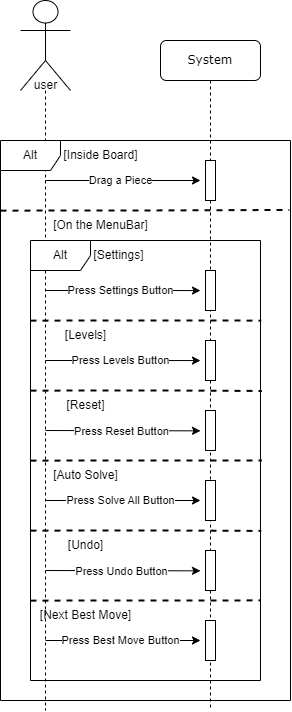
This is img/Sequence_Diagrams/SD-play_game-light_theme.png from nickramos94/Klotski, a draw.io export, as it was before one commit. Source tidied: cells renumbered, new cells last; positions are measured from the earlier drawing's top-left corner, leaving out a move shared by most shapes.
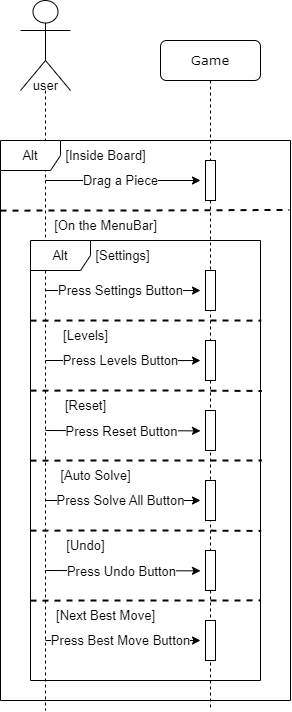
The same file after the commit.

What changed in the source:
```diff
@@ -2,27 +2,27 @@
   <root>
     <mxCell id="0" />
     <mxCell id="1" parent="0" />
-    <mxCell id="2" value="System" style="shape=umlLifeline;perimeter=lifelinePerimeter;whiteSpace=wrap;html=1;rounded=1;shadow=0;comic=0;labelBackgroundColor=none;strokeWidth=1;fontFamily=Verdana;fontSize=12;align=center;" parent="1" vertex="1">
+    <mxCell id="2" value="Game" style="shape=umlLifeline;perimeter=lifelinePerimeter;whiteSpace=wrap;html=1;rounded=1;shadow=0;comic=0;labelBackgroundColor=none;strokeWidth=1;fontFamily=Verdana;fontSize=13;align=center;" parent="1" vertex="1">
       <mxGeometry x="160" y="40" width="100" height="670" as="geometry" />
     </mxCell>
-    <mxCell id="3" style="html=1;perimeter=orthogonalPerimeter;rounded=0;shadow=0;comic=0;labelBackgroundColor=none;strokeWidth=1;fontFamily=Verdana;fontSize=12;align=center;" parent="2" vertex="1">
+    <mxCell id="3" style="html=1;perimeter=orthogonalPerimeter;rounded=0;shadow=0;comic=0;labelBackgroundColor=none;strokeWidth=1;fontFamily=Verdana;fontSize=13;align=center;" parent="2" vertex="1">
       <mxGeometry x="45" y="120" width="10" height="40" as="geometry" />
     </mxCell>
-    <mxCell id="4" style="html=1;perimeter=orthogonalPerimeter;rounded=0;shadow=0;comic=0;labelBackgroundColor=none;strokeWidth=1;fontFamily=Verdana;fontSize=12;align=center;" parent="2" vertex="1">
+    <mxCell id="4" style="html=1;perimeter=orthogonalPerimeter;rounded=0;shadow=0;comic=0;labelBackgroundColor=none;strokeWidth=1;fontFamily=Verdana;fontSize=13;align=center;" parent="2" vertex="1">
       <mxGeometry x="45" y="230" width="10" height="40" as="geometry" />
     </mxCell>
-    <mxCell id="5" style="edgeStyle=elbowEdgeStyle;rounded=0;orthogonalLoop=1;jettySize=auto;html=1;elbow=horizontal;curved=0;" parent="2" edge="1">
+    <mxCell id="5" style="edgeStyle=elbowEdgeStyle;rounded=0;orthogonalLoop=1;jettySize=auto;html=1;elbow=horizontal;curved=0;fontSize=13;" parent="2" edge="1">
       <mxGeometry relative="1" as="geometry">
         <mxPoint x="-115" y="250" as="sourcePoint" />
         <mxPoint x="40" y="250.1" as="targetPoint" />
       </mxGeometry>
     </mxCell>
-    <mxCell id="6" value="Press Settings Button" style="edgeLabel;html=1;align=center;verticalAlign=middle;" parent="5" vertex="1">
+    <mxCell id="6" value="Press Settings Button" style="edgeLabel;html=1;align=center;verticalAlign=middle;fontSize=13;" parent="5" vertex="1">
       <mxGeometry x="0.2" relative="1" as="geometry">
         <mxPoint x="-18" as="offset" />
       </mxGeometry>
     </mxCell>
-    <mxCell id="7" style="endArrow=none;dashed=1;html=1;strokeWidth=2;rounded=0;exitX=0;exitY=0.219;exitDx=0;exitDy=0;exitPerimeter=0;entryX=1.006;entryY=0.342;entryDx=0;entryDy=0;entryPerimeter=0;" parent="2" edge="1" target="34">
+    <mxCell id="7" style="endArrow=none;dashed=1;html=1;strokeWidth=2;rounded=0;exitX=0;exitY=0.219;exitDx=0;exitDy=0;exitPerimeter=0;entryX=1.006;entryY=0.342;entryDx=0;entryDy=0;entryPerimeter=0;fontSize=13;" parent="2" edge="1" target="34">
       <mxGeometry relative="1" as="geometry">
         <mxPoint x="-130" y="350.1" as="sourcePoint" />
         <Array as="points">
@@ -30,24 +30,24 @@
         </Array>
       </mxGeometry>
     </mxCell>
-    <mxCell id="8" value="[Reset]" style="text;html=1;align=center;verticalAlign=middle;strokeColor=none;fillColor=none;" parent="2" vertex="1">
+    <mxCell id="8" value="[Reset]" style="text;html=1;align=center;verticalAlign=middle;strokeColor=none;fillColor=none;fontSize=13;" parent="2" vertex="1">
       <mxGeometry x="-105" y="350" width="60" height="30" as="geometry" />
     </mxCell>
-    <mxCell id="9" style="html=1;perimeter=orthogonalPerimeter;rounded=0;shadow=0;comic=0;labelBackgroundColor=none;strokeWidth=1;fontFamily=Verdana;fontSize=12;align=center;" parent="2" vertex="1">
+    <mxCell id="9" style="html=1;perimeter=orthogonalPerimeter;rounded=0;shadow=0;comic=0;labelBackgroundColor=none;strokeWidth=1;fontFamily=Verdana;fontSize=13;align=center;" parent="2" vertex="1">
       <mxGeometry x="45" y="370" width="10" height="40" as="geometry" />
     </mxCell>
-    <mxCell id="10" style="edgeStyle=elbowEdgeStyle;rounded=0;orthogonalLoop=1;jettySize=auto;html=1;elbow=vertical;curved=0;" parent="2" edge="1">
+    <mxCell id="10" style="edgeStyle=elbowEdgeStyle;rounded=0;orthogonalLoop=1;jettySize=auto;html=1;elbow=vertical;curved=0;fontSize=13;" parent="2" edge="1">
       <mxGeometry relative="1" as="geometry">
         <mxPoint x="-115" y="390" as="sourcePoint" />
         <mxPoint x="40" y="390.1" as="targetPoint" />
       </mxGeometry>
     </mxCell>
-    <mxCell id="11" value="Press Reset Button" style="edgeLabel;html=1;align=center;verticalAlign=middle;" parent="10" vertex="1">
+    <mxCell id="11" value="Press Reset Button" style="edgeLabel;html=1;align=center;verticalAlign=middle;fontSize=13;" parent="10" vertex="1">
       <mxGeometry x="0.2" relative="1" as="geometry">
         <mxPoint x="-18" as="offset" />
       </mxGeometry>
     </mxCell>
-    <mxCell id="12" style="endArrow=none;dashed=1;html=1;strokeWidth=2;rounded=0;exitX=0;exitY=0.219;exitDx=0;exitDy=0;exitPerimeter=0;entryX=1.006;entryY=0.5;entryDx=0;entryDy=0;entryPerimeter=0;" parent="2" edge="1" target="34">
+    <mxCell id="12" style="endArrow=none;dashed=1;html=1;strokeWidth=2;rounded=0;exitX=0;exitY=0.219;exitDx=0;exitDy=0;exitPerimeter=0;entryX=1.006;entryY=0.5;entryDx=0;entryDy=0;entryPerimeter=0;fontSize=13;" parent="2" edge="1" target="34">
       <mxGeometry relative="1" as="geometry">
         <mxPoint x="-130" y="420.1" as="sourcePoint" />
         <Array as="points">
@@ -55,24 +55,21 @@
         </Array>
       </mxGeometry>
     </mxCell>
-    <mxCell id="13" value="[Auto Solve]" style="text;html=1;align=center;verticalAlign=middle;strokeColor=none;fillColor=none;" parent="2" vertex="1">
-      <mxGeometry x="-120" y="420" width="90" height="30" as="geometry" />
-    </mxCell>
-    <mxCell id="14" style="html=1;perimeter=orthogonalPerimeter;rounded=0;shadow=0;comic=0;labelBackgroundColor=none;strokeWidth=1;fontFamily=Verdana;fontSize=12;align=center;" parent="2" vertex="1">
+    <mxCell id="14" style="html=1;perimeter=orthogonalPerimeter;rounded=0;shadow=0;comic=0;labelBackgroundColor=none;strokeWidth=1;fontFamily=Verdana;fontSize=13;align=center;" parent="2" vertex="1">
       <mxGeometry x="45" y="440" width="10" height="40" as="geometry" />
     </mxCell>
-    <mxCell id="15" style="edgeStyle=elbowEdgeStyle;rounded=0;orthogonalLoop=1;jettySize=auto;html=1;elbow=vertical;curved=0;" parent="2" edge="1">
+    <mxCell id="15" style="edgeStyle=elbowEdgeStyle;rounded=0;orthogonalLoop=1;jettySize=auto;html=1;elbow=vertical;curved=0;fontSize=13;" parent="2" edge="1">
       <mxGeometry relative="1" as="geometry">
         <mxPoint x="-115" y="460" as="sourcePoint" />
         <mxPoint x="40" y="460" as="targetPoint" />
       </mxGeometry>
     </mxCell>
-    <mxCell id="16" value="Press Solve All Button" style="edgeLabel;html=1;align=center;verticalAlign=middle;" parent="15" vertex="1">
+    <mxCell id="16" value="Press Solve All Button" style="edgeLabel;html=1;align=center;verticalAlign=middle;fontSize=13;" parent="15" vertex="1">
       <mxGeometry x="0.2" relative="1" as="geometry">
         <mxPoint x="-18" as="offset" />
       </mxGeometry>
     </mxCell>
-    <mxCell id="17" style="endArrow=none;dashed=1;html=1;strokeWidth=2;rounded=0;exitX=0;exitY=0.219;exitDx=0;exitDy=0;exitPerimeter=0;entryX=1.003;entryY=0.66;entryDx=0;entryDy=0;entryPerimeter=0;" parent="2" edge="1" target="34">
+    <mxCell id="17" style="endArrow=none;dashed=1;html=1;strokeWidth=2;rounded=0;exitX=0;exitY=0.219;exitDx=0;exitDy=0;exitPerimeter=0;entryX=1.003;entryY=0.66;entryDx=0;entryDy=0;entryPerimeter=0;fontSize=13;" parent="2" edge="1" target="34">
       <mxGeometry relative="1" as="geometry">
         <mxPoint x="-130" y="490.1" as="sourcePoint" />
         <Array as="points">
@@ -80,24 +77,24 @@
         </Array>
       </mxGeometry>
     </mxCell>
-    <mxCell id="18" value="[Undo]" style="text;html=1;align=center;verticalAlign=middle;strokeColor=none;fillColor=none;" parent="2" vertex="1">
+    <mxCell id="18" value="[Undo]" style="text;html=1;align=center;verticalAlign=middle;strokeColor=none;fillColor=none;fontSize=13;" parent="2" vertex="1">
       <mxGeometry x="-105" y="490" width="60" height="30" as="geometry" />
     </mxCell>
-    <mxCell id="19" style="html=1;perimeter=orthogonalPerimeter;rounded=0;shadow=0;comic=0;labelBackgroundColor=none;strokeWidth=1;fontFamily=Verdana;fontSize=12;align=center;" parent="2" vertex="1">
+    <mxCell id="19" style="html=1;perimeter=orthogonalPerimeter;rounded=0;shadow=0;comic=0;labelBackgroundColor=none;strokeWidth=1;fontFamily=Verdana;fontSize=13;align=center;" parent="2" vertex="1">
       <mxGeometry x="45" y="510" width="10" height="40" as="geometry" />
     </mxCell>
-    <mxCell id="20" style="edgeStyle=elbowEdgeStyle;rounded=0;orthogonalLoop=1;jettySize=auto;html=1;elbow=vertical;curved=0;" parent="2" edge="1">
+    <mxCell id="20" style="edgeStyle=elbowEdgeStyle;rounded=0;orthogonalLoop=1;jettySize=auto;html=1;elbow=vertical;curved=0;fontSize=13;" parent="2" edge="1">
       <mxGeometry relative="1" as="geometry">
         <mxPoint x="-115" y="530" as="sourcePoint" />
         <mxPoint x="40" y="530" as="targetPoint" />
       </mxGeometry>
     </mxCell>
-    <mxCell id="21" value="Press Undo Button" style="edgeLabel;html=1;align=center;verticalAlign=middle;" parent="20" vertex="1">
+    <mxCell id="21" value="Press Undo Button" style="edgeLabel;html=1;align=center;verticalAlign=middle;fontSize=13;" parent="20" vertex="1">
       <mxGeometry x="0.2" relative="1" as="geometry">
         <mxPoint x="-18" as="offset" />
       </mxGeometry>
     </mxCell>
-    <mxCell id="22" style="endArrow=none;dashed=1;html=1;strokeWidth=2;rounded=0;exitX=0;exitY=0.219;exitDx=0;exitDy=0;exitPerimeter=0;entryX=1;entryY=0.818;entryDx=0;entryDy=0;entryPerimeter=0;" parent="2" edge="1" target="34">
+    <mxCell id="22" style="endArrow=none;dashed=1;html=1;strokeWidth=2;rounded=0;exitX=0;exitY=0.219;exitDx=0;exitDy=0;exitPerimeter=0;entryX=1;entryY=0.818;entryDx=0;entryDy=0;entryPerimeter=0;fontSize=13;" parent="2" edge="1" target="34">
       <mxGeometry relative="1" as="geometry">
         <mxPoint x="-130" y="560.1" as="sourcePoint" />
         <Array as="points">
@@ -105,53 +102,50 @@
         </Array>
       </mxGeometry>
     </mxCell>
-    <mxCell id="23" value="[Next Best Move]" style="text;html=1;align=center;verticalAlign=middle;strokeColor=none;fillColor=none;" parent="2" vertex="1">
-      <mxGeometry x="-130" y="560" width="110" height="30" as="geometry" />
-    </mxCell>
-    <mxCell id="24" style="html=1;perimeter=orthogonalPerimeter;rounded=0;shadow=0;comic=0;labelBackgroundColor=none;strokeWidth=1;fontFamily=Verdana;fontSize=12;align=center;" parent="2" vertex="1">
+    <mxCell id="24" style="html=1;perimeter=orthogonalPerimeter;rounded=0;shadow=0;comic=0;labelBackgroundColor=none;strokeWidth=1;fontFamily=Verdana;fontSize=13;align=center;" parent="2" vertex="1">
       <mxGeometry x="45" y="580" width="10" height="40" as="geometry" />
     </mxCell>
-    <mxCell id="25" style="edgeStyle=elbowEdgeStyle;rounded=0;orthogonalLoop=1;jettySize=auto;html=1;elbow=vertical;curved=0;" parent="2" edge="1">
+    <mxCell id="25" style="edgeStyle=elbowEdgeStyle;rounded=0;orthogonalLoop=1;jettySize=auto;html=1;elbow=vertical;curved=0;fontSize=13;" parent="2" edge="1">
       <mxGeometry relative="1" as="geometry">
         <mxPoint x="-115" y="600" as="sourcePoint" />
         <mxPoint x="40" y="600" as="targetPoint" />
       </mxGeometry>
     </mxCell>
-    <mxCell id="26" value="Press Best Move Button" style="edgeLabel;html=1;align=center;verticalAlign=middle;" parent="25" vertex="1">
+    <mxCell id="26" value="Press Best Move Button" style="edgeLabel;html=1;align=center;verticalAlign=middle;fontSize=13;" parent="25" vertex="1">
       <mxGeometry x="0.2" relative="1" as="geometry">
         <mxPoint x="-18" as="offset" />
       </mxGeometry>
     </mxCell>
-    <mxCell id="27" style="shape=umlLifeline;perimeter=lifelinePerimeter;whiteSpace=wrap;html=1;newEdgeStyle={&quot;edgeStyle&quot;:&quot;elbowEdgeStyle&quot;,&quot;elbow&quot;:&quot;vertical&quot;,&quot;curved&quot;:0,&quot;rounded&quot;:0};participant=umlActor;size=90;" parent="1" vertex="1">
+    <mxCell id="27" style="shape=umlLifeline;perimeter=lifelinePerimeter;whiteSpace=wrap;html=1;newEdgeStyle={&quot;edgeStyle&quot;:&quot;elbowEdgeStyle&quot;,&quot;elbow&quot;:&quot;vertical&quot;,&quot;curved&quot;:0,&quot;rounded&quot;:0};participant=umlActor;size=90;fontSize=13;" parent="1" vertex="1">
       <mxGeometry x="20" width="50" height="710" as="geometry" />
     </mxCell>
-    <mxCell id="28" style="edgeStyle=elbowEdgeStyle;rounded=0;orthogonalLoop=1;jettySize=auto;html=1;elbow=vertical;curved=0;" parent="1" edge="1">
+    <mxCell id="28" style="edgeStyle=elbowEdgeStyle;rounded=0;orthogonalLoop=1;jettySize=auto;html=1;elbow=vertical;curved=0;fontSize=13;" parent="1" edge="1">
       <mxGeometry relative="1" as="geometry">
         <mxPoint x="45" y="180" as="sourcePoint" />
         <mxPoint x="200" y="180.1" as="targetPoint" />
       </mxGeometry>
     </mxCell>
-    <mxCell id="29" value="Drag a Piece" style="edgeLabel;html=1;align=center;verticalAlign=middle;" parent="28" vertex="1">
+    <mxCell id="29" value="Drag a Piece" style="edgeLabel;html=1;align=center;verticalAlign=middle;fontSize=13;" parent="28" vertex="1">
       <mxGeometry x="0.2" relative="1" as="geometry">
         <mxPoint x="-18" as="offset" />
       </mxGeometry>
     </mxCell>
-    <mxCell id="30" value="Alt" style="shape=umlFrame;whiteSpace=wrap;html=1;" parent="1" vertex="1">
+    <mxCell id="30" value="Alt" style="shape=umlFrame;whiteSpace=wrap;html=1;fontSize=13;" parent="1" vertex="1">
       <mxGeometry y="140" width="290" height="560" as="geometry" />
     </mxCell>
-    <mxCell id="31" value="user" style="text;html=1;align=center;verticalAlign=middle;strokeColor=none;fillColor=none;" parent="1" vertex="1">
+    <mxCell id="31" value="user" style="text;html=1;align=center;verticalAlign=middle;strokeColor=none;fillColor=none;fontSize=13;" parent="1" vertex="1">
       <mxGeometry x="20" y="70" width="50" height="30" as="geometry" />
     </mxCell>
-    <mxCell id="32" value="[Inside Board]" style="text;html=1;align=center;verticalAlign=middle;strokeColor=none;fillColor=none;" parent="1" vertex="1">
-      <mxGeometry x="50" y="140" width="100" height="30" as="geometry" />
+    <mxCell id="32" value="[Inside Board]" style="text;html=1;align=center;verticalAlign=middle;strokeColor=none;fillColor=none;fontSize=13;" parent="1" vertex="1">
+      <mxGeometry x="55" y="140" width="100" height="30" as="geometry" />
     </mxCell>
-    <mxCell id="33" value="[On the MenuBar]" style="text;html=1;align=center;verticalAlign=middle;strokeColor=none;fillColor=none;" parent="1" vertex="1">
-      <mxGeometry x="40" y="210" width="120" height="30" as="geometry" />
+    <mxCell id="33" value="[On the MenuBar]" style="text;html=1;align=center;verticalAlign=middle;strokeColor=none;fillColor=none;fontSize=13;" parent="1" vertex="1">
+      <mxGeometry x="40" y="210" width="130" height="30" as="geometry" />
     </mxCell>
-    <mxCell id="34" value="Alt" style="shape=umlFrame;whiteSpace=wrap;html=1;" parent="1" vertex="1">
+    <mxCell id="34" value="Alt" style="shape=umlFrame;whiteSpace=wrap;html=1;fontSize=13;" parent="1" vertex="1">
       <mxGeometry x="30" y="240" width="230" height="440" as="geometry" />
     </mxCell>
-    <mxCell id="35" style="endArrow=none;dashed=1;html=1;strokeWidth=2;rounded=0;exitX=0;exitY=0.219;exitDx=0;exitDy=0;exitPerimeter=0;entryX=1.003;entryY=0.182;entryDx=0;entryDy=0;entryPerimeter=0;" parent="1" edge="1" target="34">
+    <mxCell id="35" style="endArrow=none;dashed=1;html=1;strokeWidth=2;rounded=0;exitX=0;exitY=0.219;exitDx=0;exitDy=0;exitPerimeter=0;entryX=1.003;entryY=0.182;entryDx=0;entryDy=0;entryPerimeter=0;fontSize=13;" parent="1" edge="1" target="34">
       <mxGeometry relative="1" as="geometry">
         <mxPoint x="30" y="320.1" as="sourcePoint" />
         <Array as="points">
@@ -159,27 +153,27 @@
         </Array>
       </mxGeometry>
     </mxCell>
-    <mxCell id="36" value="[Settings]" style="text;html=1;align=center;verticalAlign=middle;strokeColor=none;fillColor=none;" parent="1" vertex="1">
-      <mxGeometry x="83" y="240" width="70" height="30" as="geometry" />
+    <mxCell id="36" value="[Settings]" style="text;html=1;align=center;verticalAlign=middle;strokeColor=none;fillColor=none;fontSize=13;" parent="1" vertex="1">
+      <mxGeometry x="82" y="240" width="80" height="30" as="geometry" />
     </mxCell>
-    <mxCell id="37" value="[Levels]" style="text;html=1;align=center;verticalAlign=middle;strokeColor=none;fillColor=none;" parent="1" vertex="1">
-      <mxGeometry x="55" y="320" width="60" height="30" as="geometry" />
+    <mxCell id="37" value="[Levels]" style="text;html=1;align=center;verticalAlign=middle;strokeColor=none;fillColor=none;fontSize=13;" parent="1" vertex="1">
+      <mxGeometry x="50" y="320" width="70" height="30" as="geometry" />
     </mxCell>
-    <mxCell id="38" style="html=1;perimeter=orthogonalPerimeter;rounded=0;shadow=0;comic=0;labelBackgroundColor=none;strokeWidth=1;fontFamily=Verdana;fontSize=12;align=center;" parent="1" vertex="1">
+    <mxCell id="38" style="html=1;perimeter=orthogonalPerimeter;rounded=0;shadow=0;comic=0;labelBackgroundColor=none;strokeWidth=1;fontFamily=Verdana;fontSize=13;align=center;" parent="1" vertex="1">
       <mxGeometry x="205" y="340" width="10" height="40" as="geometry" />
     </mxCell>
-    <mxCell id="39" style="edgeStyle=elbowEdgeStyle;rounded=0;orthogonalLoop=1;jettySize=auto;html=1;elbow=horizontal;curved=0;" parent="1" edge="1">
+    <mxCell id="39" style="edgeStyle=elbowEdgeStyle;rounded=0;orthogonalLoop=1;jettySize=auto;html=1;elbow=horizontal;curved=0;fontSize=13;" parent="1" edge="1">
       <mxGeometry relative="1" as="geometry">
         <mxPoint x="45" y="360" as="sourcePoint" />
         <mxPoint x="200" y="360.1" as="targetPoint" />
       </mxGeometry>
     </mxCell>
-    <mxCell id="40" value="Press Levels Button" style="edgeLabel;html=1;align=center;verticalAlign=middle;" parent="39" vertex="1">
+    <mxCell id="40" value="Press Levels Button" style="edgeLabel;html=1;align=center;verticalAlign=middle;fontSize=13;" parent="39" vertex="1">
       <mxGeometry x="0.2" relative="1" as="geometry">
         <mxPoint x="-18" as="offset" />
       </mxGeometry>
     </mxCell>
-    <mxCell id="41" style="endArrow=none;dashed=1;html=1;strokeWidth=2;rounded=0;exitX=0;exitY=0.219;exitDx=0;exitDy=0;exitPerimeter=0;entryX=0.996;entryY=0.124;entryDx=0;entryDy=0;entryPerimeter=0;" parent="1" edge="1" target="30">
+    <mxCell id="41" style="endArrow=none;dashed=1;html=1;strokeWidth=2;rounded=0;exitX=0;exitY=0.219;exitDx=0;exitDy=0;exitPerimeter=0;entryX=0.996;entryY=0.124;entryDx=0;entryDy=0;entryPerimeter=0;fontSize=13;" parent="1" edge="1" target="30">
       <mxGeometry relative="1" as="geometry">
         <mxPoint y="210.1" as="sourcePoint" />
         <Array as="points">
@@ -187,5 +181,11 @@
         </Array>
       </mxGeometry>
     </mxCell>
+    <mxCell id="23" value="[Next Best Move]" style="text;html=1;align=center;verticalAlign=middle;strokeColor=none;fillColor=none;fontSize=13;" parent="1" vertex="1">
+      <mxGeometry x="45" y="600" width="120" height="30" as="geometry" />
+    </mxCell>
+    <mxCell id="13" value="[Auto Solve]" style="text;html=1;align=center;verticalAlign=middle;strokeColor=none;fillColor=none;fontSize=13;" parent="1" vertex="1">
+      <mxGeometry x="50" y="460" width="90" height="30" as="geometry" />
+    </mxCell>
   </root>
 </mxGraphModel>
```
